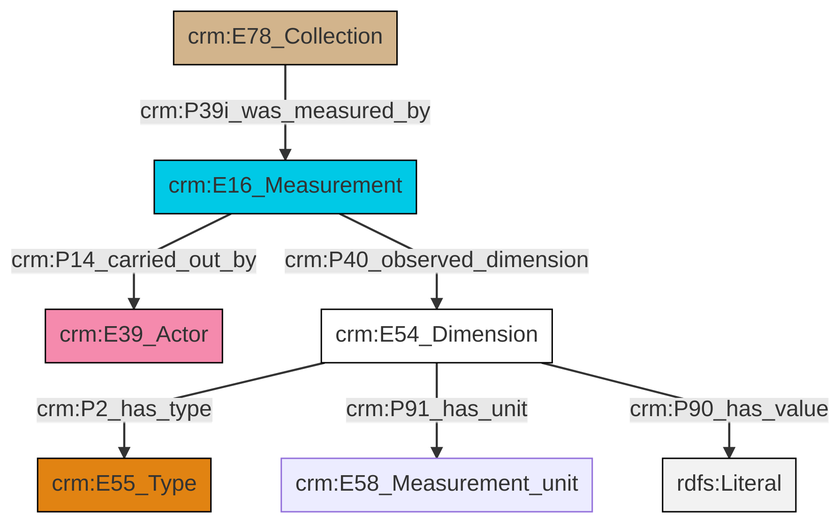
The Mermaid diagram et/archivalCSV/ttl/mmd/png/archival_substance.png in swiss-art-research-net/docs.swissartresearch, before a commit. Its source is kept beside it as et/archivalCSV/ttl/mmd/archival_substance.ttl.mmd. Its diagram source:
```mermaid
graph TD
classDef Literal fill:#f2f2f2,stroke:#000000;
classDef CRM_Entity fill:#FFFFFF,stroke:#000000;
classDef Temporal_Entity fill:#00C9E6, stroke:#000000;
classDef Type fill:#E18312, stroke:#000000;
classDef Time-Span fill:#2C9C91, stroke:#000000;
classDef Appellation fill:#FFEB7F, stroke:#000000;
classDef Place fill:#008836, stroke:#000000;
classDef Persistent_Item fill:#B266B2, stroke:#000000;
classDef Conceptual_Object fill:#FFD700, stroke:#000000;
classDef Physical_Thing fill:#D2B48C, stroke:#000000;
classDef Actor fill:#f58aad, stroke:#000000;
classDef PC_Classes fill:#4ce600, stroke:#000000;
classDef Multi fill:#cccccc,stroke:#000000;

0["crm:E16_Measurement"]:::Temporal_Entity -->|crm:P14_carried_out_by| 1["crm:E39_Actor"]:::Actor
3["crm:E54_Dimension"]:::CRM_Entity -->|crm:P2_has_type| 4["crm:E55_Type"]:::Type
3["crm:E54_Dimension"]:::CRM_Entity -->|crm:P91_has_unit| 5["crm:E58_Measurement_unit"]:::Default
3["crm:E54_Dimension"]:::CRM_Entity -->|crm:P90_has_value| 10[rdfs:Literal]:::Literal
0["crm:E16_Measurement"]:::Temporal_Entity -->|crm:P40_observed_dimension| 3["crm:E54_Dimension"]:::CRM_Entity
6["crm:E78_Collection"]:::Physical_Thing -->|crm:P39i_was_measured_by| 0["crm:E16_Measurement"]:::Temporal_Entity
```
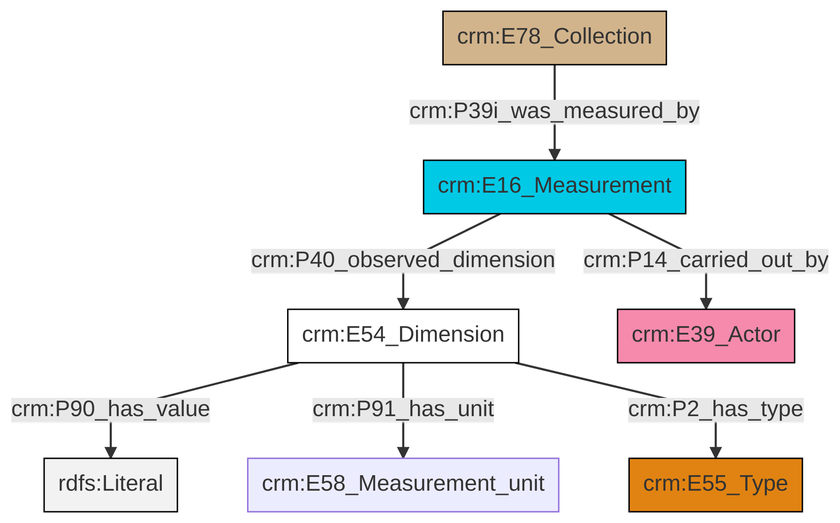
The same file after the commit.

Change to the diagram source:
```diff
@@ -13,9 +13,9 @@
 classDef PC_Classes fill:#4ce600, stroke:#000000;
 classDef Multi fill:#cccccc,stroke:#000000;
 
-0["crm:E16_Measurement"]:::Temporal_Entity -->|crm:P14_carried_out_by| 1["crm:E39_Actor"]:::Actor
-3["crm:E54_Dimension"]:::CRM_Entity -->|crm:P2_has_type| 4["crm:E55_Type"]:::Type
-3["crm:E54_Dimension"]:::CRM_Entity -->|crm:P91_has_unit| 5["crm:E58_Measurement_unit"]:::Default
-3["crm:E54_Dimension"]:::CRM_Entity -->|crm:P90_has_value| 10[rdfs:Literal]:::Literal
-0["crm:E16_Measurement"]:::Temporal_Entity -->|crm:P40_observed_dimension| 3["crm:E54_Dimension"]:::CRM_Entity
-6["crm:E78_Collection"]:::Physical_Thing -->|crm:P39i_was_measured_by| 0["crm:E16_Measurement"]:::Temporal_Entity
+0["crm:E54_Dimension"]:::CRM_Entity -->|crm:P90_has_value| 1[rdfs:Literal]:::Literal
+2["crm:E78_Collection"]:::Physical_Thing -->|crm:P39i_was_measured_by| 4["crm:E16_Measurement"]:::Temporal_Entity
+0["crm:E54_Dimension"]:::CRM_Entity -->|crm:P91_has_unit| 5["crm:E58_Measurement_unit"]:::Default
+4["crm:E16_Measurement"]:::Temporal_Entity -->|crm:P40_observed_dimension| 0["crm:E54_Dimension"]:::CRM_Entity
+0["crm:E54_Dimension"]:::CRM_Entity -->|crm:P2_has_type| 8["crm:E55_Type"]:::Type
+4["crm:E16_Measurement"]:::Temporal_Entity -->|crm:P14_carried_out_by| 10["crm:E39_Actor"]:::Actor
```
